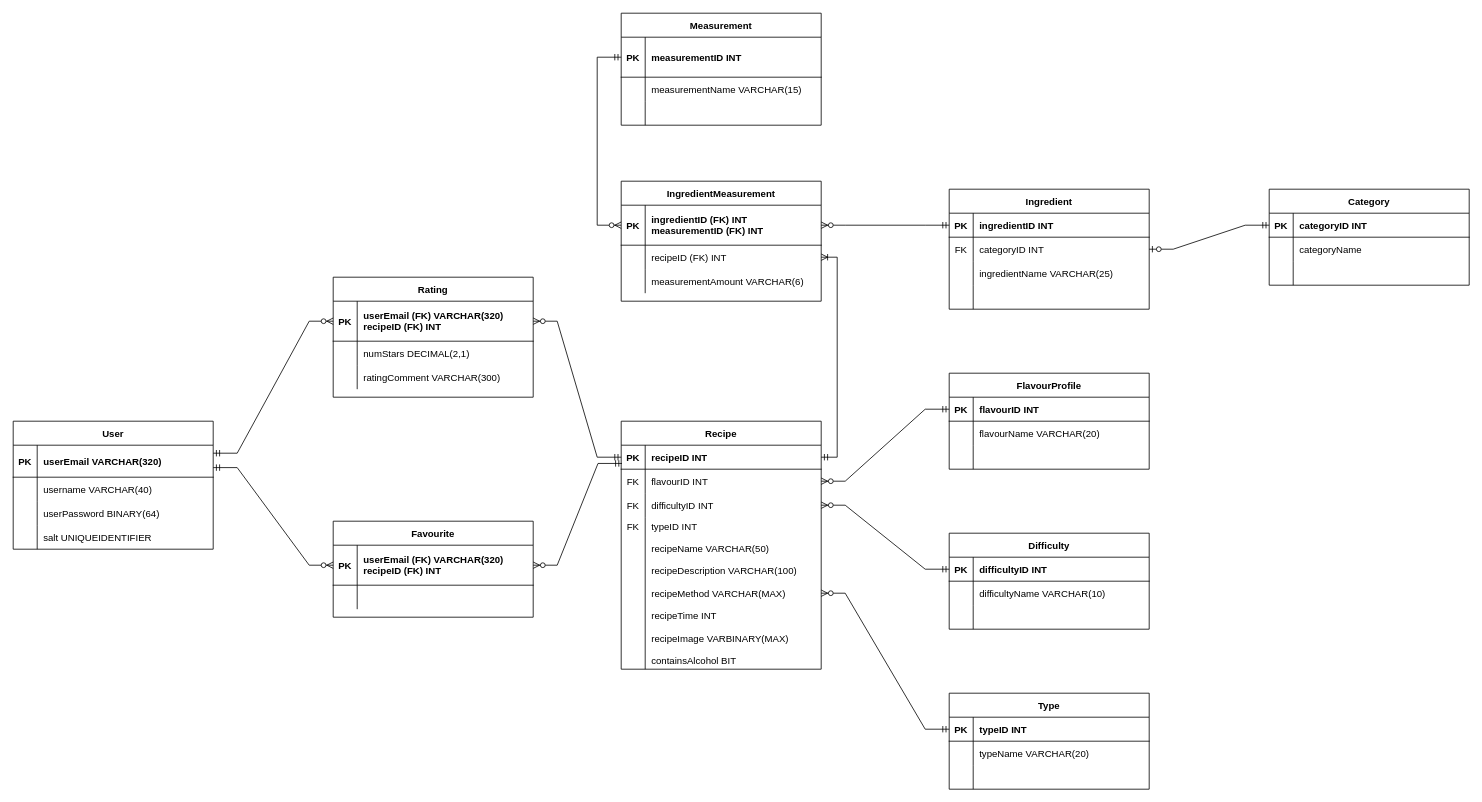
The draw.io diagram cocktailERD.drawio in AndrewBB-BBD/Cocktail-app, before the edit. Source tidied: cells renumbered, new cells numbered last; positions are measured from the earlier drawing's top-left corner, leaving out a move shared by most shapes. Both pictures are drawn from the tidied source at 80%, with x=0, y=0 at pixel (13, 13).
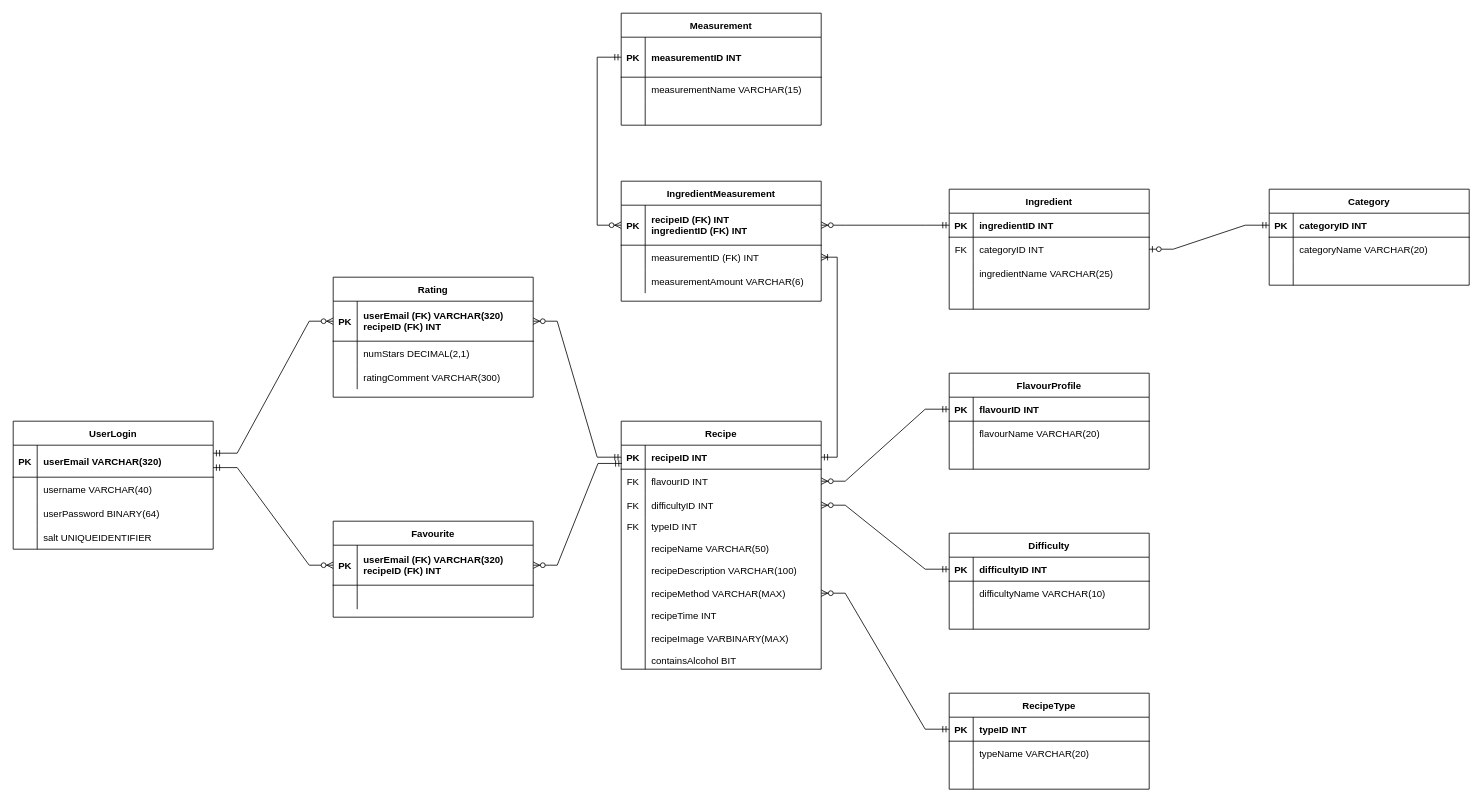
Above is the later version.

Unchanged cells that the change refers to:
```xml
<mxCell id="26" style="shape=partialRectangle;fillColor=none;points=[[0,0.5],[1,0.5]];portConstraint=eastwest;top=0;left=0;right=0;bottom=1;" parent="25" vertex="1">
  <mxGeometry y="30" width="250" height="50" as="geometry" />
</mxCell>
<mxCell id="29" style="shape=partialRectangle;fillColor=none;points=[[0,0.5],[1,0.5]];portConstraint=eastwest;top=0;left=0;right=0;bottom=0;" parent="25" vertex="1">
  <mxGeometry y="80" width="250" height="30" as="geometry" />
</mxCell>
<mxCell id="122" style="shape=partialRectangle;fillColor=none;top=0;left=0;right=0;bottom=0;" parent="118" vertex="1">
  <mxGeometry y="60" width="250" height="30" as="geometry" />
</mxCell>
```

What changed in the source:
```diff
@@
-    <mxCell id="28" value="ingredientID (FK) INT&#10;measurementID (FK) INT" style="shape=partialRectangle;overflow=hidden;fillColor=none;top=0;left=0;bottom=0;right=0;align=left;spacingLeft=6;fontStyle=1;" parent="26" vertex="1">
+    <mxCell id="28" value="recipeID (FK) INT&#10;ingredientID (FK) INT" style="shape=partialRectangle;overflow=hidden;fillColor=none;top=0;left=0;bottom=0;right=0;align=left;spacingLeft=6;fontStyle=1;" parent="26" vertex="1">
       <mxGeometry x="30" width="220" height="50" as="geometry" />
     </mxCell>
@@
-    <mxCell id="31" value="recipeID (FK) INT" style="shape=partialRectangle;overflow=hidden;fillColor=none;top=0;left=0;bottom=0;right=0;align=left;spacingLeft=6;" parent="29" vertex="1">
+    <mxCell id="31" value="measurementID (FK) INT" style="shape=partialRectangle;overflow=hidden;fillColor=none;top=0;left=0;bottom=0;right=0;align=left;spacingLeft=6;fontStyle=0;" parent="29" vertex="1">
       <mxGeometry x="30" width="220" height="30" as="geometry" />
     </mxCell>
@@
-    <mxCell id="71" value="Type" style="shape=table;startSize=30;childLayout=tableLayout;rowLines=0;fontStyle=1;align=center;" parent="1" vertex="1">
+    <mxCell id="71" value="RecipeType" style="shape=table;startSize=30;childLayout=tableLayout;rowLines=0;fontStyle=1;align=center;" parent="1" vertex="1">
       <mxGeometry x="1170" y="850" width="250" height="120" as="geometry" />
     </mxCell>
@@
-    <mxCell id="84" value="User" style="shape=table;startSize=30;childLayout=tableLayout;rowLines=0;fontStyle=1;align=center;" parent="1" vertex="1">
+    <mxCell id="84" value="UserLogin" style="shape=table;startSize=30;childLayout=tableLayout;rowLines=0;fontStyle=1;align=center;" parent="1" vertex="1">
       <mxGeometry y="510" width="250" height="160" as="geometry" />
     </mxCell>
@@
-    <mxCell id="124" value="categoryName" style="shape=partialRectangle;overflow=hidden;fillColor=none;top=0;left=0;bottom=0;right=0;align=left;spacingLeft=6;" parent="122" vertex="1">
+    <mxCell id="124" value="categoryName VARCHAR(20)" style="shape=partialRectangle;overflow=hidden;fillColor=none;top=0;left=0;bottom=0;right=0;align=left;spacingLeft=6;" parent="122" vertex="1">
       <mxGeometry x="30" width="220" height="30" as="geometry" />
     </mxCell>
```
